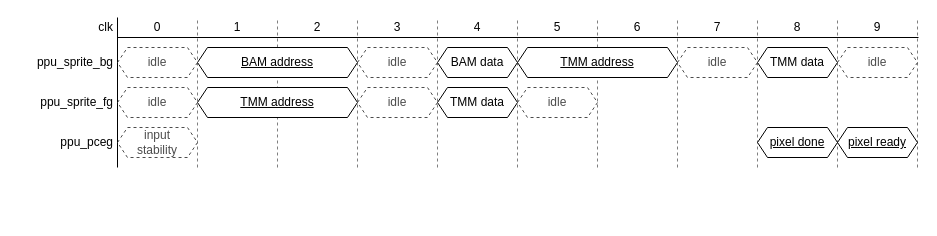
Before: page "pipeline" (5 of 5) of docs/ppu.drawio in lonkaars/avans-arcade, a draw.io diagram. Source tidied: cells renumbered, new cells numbered last; positions are measured from the earlier drawing's top-left corner, leaving out a move shared by most shapes. Both pictures are drawn from the tidied source at 100%, with x=0, y=0 at pixel (17, 17).
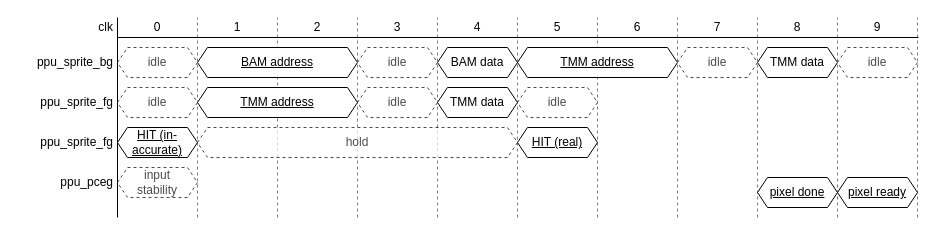
The same diagram, later.

Change to the diagram source:
```diff
@@
+    <mxCell id="44" style="group;" parent="1" vertex="1">
+      <mxGeometry x="100" width="800" height="200" as="geometry" />
+    </mxCell>
+    <mxCell id="29" style="endArrow=none;html=1;rounded=0;" parent="44" edge="1">
+      <mxGeometry relative="1" as="geometry">
+        <mxPoint y="200" as="sourcePoint" />
+        <mxPoint as="targetPoint" />
+      </mxGeometry>
+    </mxCell>
-    <mxCell id="2" style="endArrow=none;dashed=1;html=1;rounded=0;opacity=50;" parent="1" edge="1">
+    <mxCell id="2" style="endArrow=none;dashed=1;html=1;rounded=0;opacity=50;" parent="44" edge="1">
       <mxGeometry relative="1" as="geometry">
-        <mxPoint x="180" y="150" as="sourcePoint" />
-        <mxPoint x="180" as="targetPoint" />
+        <mxPoint x="80" y="200" as="sourcePoint" />
+        <mxPoint x="80" as="targetPoint" />
       </mxGeometry>
     </mxCell>
-    <mxCell id="3" style="endArrow=none;dashed=1;html=1;rounded=0;opacity=50;" parent="1" edge="1">
+    <mxCell id="3" style="endArrow=none;dashed=1;html=1;rounded=0;opacity=50;" parent="44" edge="1">
       <mxGeometry relative="1" as="geometry">
-        <mxPoint x="260" y="150" as="sourcePoint" />
-        <mxPoint x="260" as="targetPoint" />
+        <mxPoint x="160" y="200" as="sourcePoint" />
+        <mxPoint x="160" as="targetPoint" />
       </mxGeometry>
     </mxCell>
-    <mxCell id="4" style="endArrow=none;dashed=1;html=1;rounded=0;opacity=50;" parent="1" edge="1">
+    <mxCell id="4" style="endArrow=none;dashed=1;html=1;rounded=0;opacity=50;" parent="44" edge="1">
       <mxGeometry relative="1" as="geometry">
-        <mxPoint x="340" y="150" as="sourcePoint" />
-        <mxPoint x="340" as="targetPoint" />
+        <mxPoint x="240" y="200" as="sourcePoint" />
+        <mxPoint x="240" as="targetPoint" />
       </mxGeometry>
     </mxCell>
-    <mxCell id="5" style="endArrow=none;dashed=1;html=1;rounded=0;opacity=50;" parent="1" edge="1">
+    <mxCell id="5" style="endArrow=none;dashed=1;html=1;rounded=0;opacity=50;" parent="44" edge="1">
       <mxGeometry relative="1" as="geometry">
-        <mxPoint x="420" y="150" as="sourcePoint" />
-        <mxPoint x="420" as="targetPoint" />
+        <mxPoint x="320" y="200" as="sourcePoint" />
+        <mxPoint x="320" as="targetPoint" />
       </mxGeometry>
     </mxCell>
-    <mxCell id="6" style="endArrow=none;dashed=1;html=1;rounded=0;opacity=50;" parent="1" edge="1">
+    <mxCell id="6" style="endArrow=none;dashed=1;html=1;rounded=0;opacity=50;" parent="44" edge="1">
       <mxGeometry relative="1" as="geometry">
-        <mxPoint x="500" y="150" as="sourcePoint" />
-        <mxPoint x="500" as="targetPoint" />
+        <mxPoint x="400" y="200" as="sourcePoint" />
+        <mxPoint x="400" as="targetPoint" />
       </mxGeometry>
     </mxCell>
-    <mxCell id="7" style="endArrow=none;dashed=1;html=1;rounded=0;opacity=50;" parent="1" edge="1">
+    <mxCell id="7" style="endArrow=none;dashed=1;html=1;rounded=0;opacity=50;" parent="44" edge="1">
       <mxGeometry relative="1" as="geometry">
-        <mxPoint x="580" y="150" as="sourcePoint" />
-        <mxPoint x="580" as="targetPoint" />
+        <mxPoint x="480" y="200" as="sourcePoint" />
+        <mxPoint x="480" as="targetPoint" />
       </mxGeometry>
     </mxCell>
-    <mxCell id="8" style="endArrow=none;dashed=1;html=1;rounded=0;opacity=50;" parent="1" edge="1">
+    <mxCell id="8" style="endArrow=none;dashed=1;html=1;rounded=0;opacity=50;" parent="44" edge="1">
       <mxGeometry relative="1" as="geometry">
-        <mxPoint x="660" y="150" as="sourcePoint" />
-        <mxPoint x="660" as="targetPoint" />
+        <mxPoint x="560" y="200" as="sourcePoint" />
+        <mxPoint x="560" as="targetPoint" />
       </mxGeometry>
     </mxCell>
-    <mxCell id="9" style="endArrow=none;dashed=1;html=1;rounded=0;opacity=50;" parent="1" edge="1">
+    <mxCell id="9" style="endArrow=none;dashed=1;html=1;rounded=0;opacity=50;" parent="44" edge="1">
       <mxGeometry relative="1" as="geometry">
-        <mxPoint x="740" y="150" as="sourcePoint" />
-        <mxPoint x="740" as="targetPoint" />
+        <mxPoint x="640" y="200" as="sourcePoint" />
+        <mxPoint x="640" as="targetPoint" />
       </mxGeometry>
     </mxCell>
+    <mxCell id="30" style="endArrow=none;dashed=1;html=1;rounded=0;opacity=50;" parent="44" edge="1">
+      <mxGeometry relative="1" as="geometry">
+        <mxPoint x="720" y="200" as="sourcePoint" />
+        <mxPoint x="720" as="targetPoint" />
+      </mxGeometry>
+    </mxCell>
+    <mxCell id="31" style="endArrow=none;dashed=1;html=1;rounded=0;opacity=50;" parent="44" edge="1">
+      <mxGeometry relative="1" as="geometry">
+        <mxPoint x="800" y="200" as="sourcePoint" />
+        <mxPoint x="800" as="targetPoint" />
+      </mxGeometry>
+    </mxCell>
+    <mxCell id="45" value="hold" style="shape=hexagon;perimeter=hexagonPerimeter2;whiteSpace=wrap;html=1;fixedSize=1;size=10;opacity=70;dashed=1;textOpacity=70;" parent="44" vertex="1">
+      <mxGeometry x="80" y="110" width="320" height="30" as="geometry" />
+    </mxCell>
@@
     <mxCell id="24" value="ppu_pceg" style="text;html=1;strokeColor=none;fillColor=none;align=right;verticalAlign=middle;whiteSpace=wrap;rounded=0;spacingRight=2;" parent="1" vertex="1">
-      <mxGeometry y="110" width="100" height="30" as="geometry" />
+      <mxGeometry y="150" width="100" height="30" as="geometry" />
     </mxCell>
     <mxCell id="25" value="pixel done" style="shape=hexagon;perimeter=hexagonPerimeter2;whiteSpace=wrap;html=1;fixedSize=1;size=10;fontStyle=4;" parent="1" vertex="1">
-      <mxGeometry x="740" y="110" width="80" height="30" as="geometry" />
+      <mxGeometry x="740" y="160" width="80" height="30" as="geometry" />
     </mxCell>
@@
     <mxCell id="28" value="pixel ready" style="shape=hexagon;perimeter=hexagonPerimeter2;whiteSpace=wrap;html=1;fixedSize=1;size=10;fontStyle=4;" parent="1" vertex="1">
-      <mxGeometry x="820" y="110" width="80" height="30" as="geometry" />
+      <mxGeometry x="820" y="160" width="80" height="30" as="geometry" />
     </mxCell>
-    <mxCell id="29" style="endArrow=none;html=1;rounded=0;" parent="1" edge="1">
-      <mxGeometry relative="1" as="geometry">
-        <mxPoint x="100" y="150" as="sourcePoint" />
-        <mxPoint x="100" as="targetPoint" />
-      </mxGeometry>
-    </mxCell>
-    <mxCell id="30" style="endArrow=none;dashed=1;html=1;rounded=0;opacity=50;" parent="1" edge="1">
-      <mxGeometry relative="1" as="geometry">
-        <mxPoint x="820" y="150" as="sourcePoint" />
-        <mxPoint x="820" as="targetPoint" />
-      </mxGeometry>
-    </mxCell>
-    <mxCell id="31" style="endArrow=none;dashed=1;html=1;rounded=0;opacity=50;" parent="1" edge="1">
-      <mxGeometry relative="1" as="geometry">
-        <mxPoint x="900" y="150" as="sourcePoint" />
-        <mxPoint x="900" as="targetPoint" />
-      </mxGeometry>
-    </mxCell>
@@
     <mxCell id="37" value="input&lt;br&gt;stability" style="shape=hexagon;perimeter=hexagonPerimeter2;whiteSpace=wrap;html=1;fixedSize=1;size=10;opacity=70;dashed=1;textOpacity=70;" parent="1" vertex="1">
-      <mxGeometry x="100" y="110" width="80" height="30" as="geometry" />
+      <mxGeometry x="100" y="150" width="80" height="30" as="geometry" />
     </mxCell>
-    <mxCell id="38" value="idle" style="shape=hexagon;perimeter=hexagonPerimeter2;whiteSpace=wrap;html=1;fixedSize=1;size=10;opacity=70;dashed=1;textOpacity=70;" parent="1" vertex="1">
-      <mxGeometry x="100" y="70" width="80" height="30" as="geometry" />
-    </mxCell>
@@
+    <mxCell id="46" value="HIT (in-accurate)" style="shape=hexagon;perimeter=hexagonPerimeter2;whiteSpace=wrap;html=1;fixedSize=1;size=10;fillStyle=auto;rounded=0;shadow=0;fontStyle=4;" parent="1" vertex="1">
+      <mxGeometry x="100" y="110" width="80" height="30" as="geometry" />
+    </mxCell>
+    <mxCell id="38" value="idle" style="shape=hexagon;perimeter=hexagonPerimeter2;whiteSpace=wrap;html=1;fixedSize=1;size=10;opacity=70;dashed=1;textOpacity=70;" parent="1" vertex="1">
+      <mxGeometry x="100" y="70" width="80" height="30" as="geometry" />
+    </mxCell>
+    <mxCell id="47" value="ppu_sprite_fg" style="text;html=1;strokeColor=none;fillColor=none;align=right;verticalAlign=middle;whiteSpace=wrap;rounded=0;spacingRight=2;" parent="1" vertex="1">
+      <mxGeometry y="110" width="100" height="30" as="geometry" />
+    </mxCell>
+    <mxCell id="48" value="HIT (real)" style="shape=hexagon;perimeter=hexagonPerimeter2;whiteSpace=wrap;html=1;fixedSize=1;size=10;fillStyle=auto;rounded=0;shadow=0;fontStyle=4;" parent="1" vertex="1">
+      <mxGeometry x="500" y="110" width="80" height="30" as="geometry" />
+    </mxCell>
```
